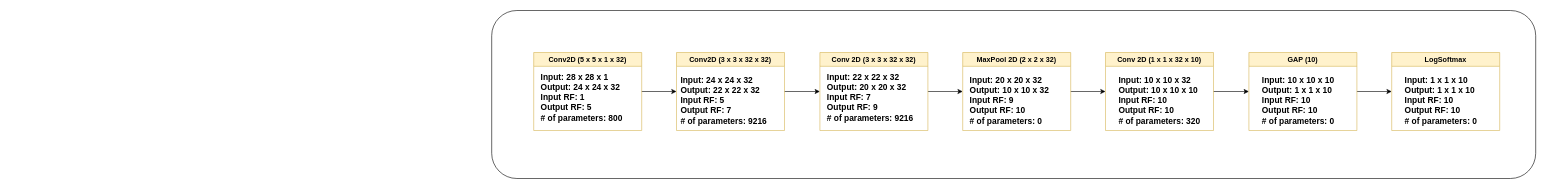
The draw.io diagram session_6/diagrams.drawio in jyanivaddi/ERA_V1, before the edit. Source tidied: cells renumbered, new cells numbered last; positions are measured from the earlier drawing's top-left corner, leaving out a move shared by most shapes. Both pictures are drawn from the tidied source at 60%, with x=0, y=0 at pixel (491, 10).
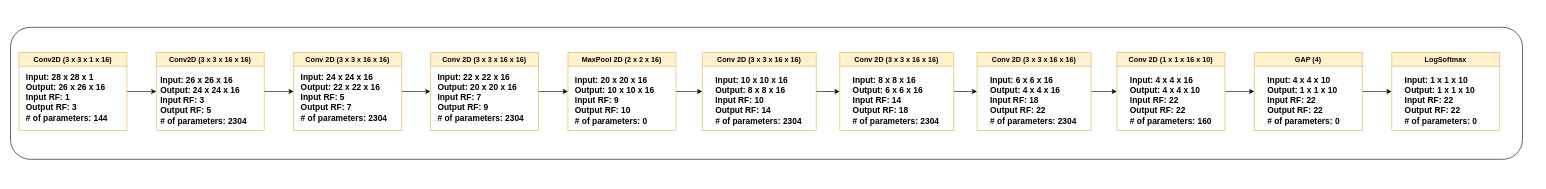
Above is the later version.

Unchanged cells that the change refers to:
```xml
<mxCell id="18" value="LogSoftmax" style="swimlane;whiteSpace=wrap;html=1;fillColor=#fff2cc;strokeColor=#d6b656;" parent="1" vertex="1">
  <mxGeometry x="1500" y="70" width="180" height="130" as="geometry" />
</mxCell>
```

What changed in the source:
```diff
@@
-    <mxCell id="2" style="rounded=1;whiteSpace=wrap;html=1;" parent="1" vertex="1">
-      <mxGeometry width="1740" height="280" as="geometry" />
-    </mxCell>
-    <mxCell id="3" style="edgeStyle=orthogonalEdgeStyle;rounded=0;jettySize=auto;html=1;exitX=1;exitY=0.5;exitDx=0;exitDy=0;entryX=0;entryY=0.5;entryDx=0;entryDy=0;" parent="1" edge="1" source="4" target="7">
-      <mxGeometry relative="1" as="geometry" />
-    </mxCell>
-    <mxCell id="4" value="Conv2D (5 x 5 x 1 x 32)" style="swimlane;whiteSpace=wrap;html=1;fillColor=#fff2cc;strokeColor=#d6b656;" parent="1" vertex="1">
-      <mxGeometry x="70" y="70" width="180" height="130" as="geometry" />
-    </mxCell>
-    <mxCell id="5" value="&lt;b style=&quot;font-size: 14px;&quot;&gt;Input: 28 x 28 x 1&lt;br&gt;Output: 24 x 24 x 32&lt;br&gt;Input RF: 1&lt;br&gt;Output RF: 5&amp;nbsp;&lt;br&gt;# of parameters: 800&lt;/b&gt;" style="text;html=1;align=left;verticalAlign=middle;strokeColor=none;fillColor=none;" parent="4" vertex="1">
-      <mxGeometry x="10" y="25" width="160" height="100" as="geometry" />
-    </mxCell>
-    <mxCell id="6" style="edgeStyle=orthogonalEdgeStyle;rounded=0;jettySize=auto;html=1;entryX=0;entryY=0.5;entryDx=0;entryDy=0;" parent="1" edge="1" source="7" target="10">
-      <mxGeometry relative="1" as="geometry" />
-    </mxCell>
-    <mxCell id="7" value="Conv2D (3 x 3 x 32 x 32)" style="swimlane;whiteSpace=wrap;html=1;fillColor=#fff2cc;strokeColor=#d6b656;" parent="1" vertex="1">
-      <mxGeometry x="308" y="70" width="180" height="130" as="geometry" />
-    </mxCell>
-    <mxCell id="8" value="&lt;b style=&quot;font-size: 14px;&quot;&gt;Input: 24 x 24 x 32&lt;br&gt;Output: 22 x 22 x 32&lt;br&gt;Input RF: 5&lt;br&gt;Output RF: 7&amp;nbsp;&lt;br&gt;# of parameters: 9216&lt;/b&gt;" style="text;html=1;align=left;verticalAlign=middle;strokeColor=none;fillColor=none;" parent="7" vertex="1">
-      <mxGeometry x="5" y="30" width="170" height="100" as="geometry" />
-    </mxCell>
-    <mxCell id="9" style="edgeStyle=orthogonalEdgeStyle;rounded=0;jettySize=auto;html=1;entryX=0;entryY=0.5;entryDx=0;entryDy=0;" parent="1" edge="1" source="10" target="13">
-      <mxGeometry relative="1" as="geometry" />
-    </mxCell>
-    <mxCell id="10" value="Conv 2D (3 x 3 x 32 x 32)" style="swimlane;whiteSpace=wrap;html=1;fillColor=#fff2cc;strokeColor=#d6b656;" parent="1" vertex="1">
-      <mxGeometry x="547" y="70" width="180" height="130" as="geometry" />
-    </mxCell>
-    <mxCell id="11" value="&lt;b style=&quot;font-size: 14px;&quot;&gt;Input: 22 x 22 x 32&lt;br&gt;Output: 20 x 20 x 32&lt;br&gt;Input RF: 7&lt;br&gt;Output RF: 9&amp;nbsp;&amp;nbsp;&lt;br&gt;# of parameters: 9216&lt;/b&gt;" style="text;html=1;align=left;verticalAlign=middle;strokeColor=none;fillColor=none;" parent="10" vertex="1">
-      <mxGeometry x="10" y="25" width="170" height="100" as="geometry" />
-    </mxCell>
-    <mxCell id="12" style="edgeStyle=orthogonalEdgeStyle;rounded=0;jettySize=auto;html=1;entryX=0;entryY=0.5;entryDx=0;entryDy=0;" parent="1" edge="1" source="13" target="16">
-      <mxGeometry relative="1" as="geometry" />
-    </mxCell>
-    <mxCell id="13" value="MaxPool 2D (2 x 2 x 32)" style="swimlane;whiteSpace=wrap;html=1;fillColor=#fff2cc;strokeColor=#d6b656;" parent="1" vertex="1">
-      <mxGeometry x="785" y="70" width="180" height="130" as="geometry" />
-    </mxCell>
-    <mxCell id="14" value="&lt;b style=&quot;font-size: 14px;&quot;&gt;Input: 20 x 20 x 32&lt;br&gt;Output: 10 x 10 x 32&lt;br&gt;Input RF: 9&lt;br&gt;Output RF: 10&amp;nbsp;&lt;br&gt;# of parameters: 0&lt;/b&gt;" style="text;html=1;align=left;verticalAlign=middle;strokeColor=none;fillColor=none;" parent="13" vertex="1">
-      <mxGeometry x="10" y="30" width="160" height="100" as="geometry" />
-    </mxCell>
-    <mxCell id="15" style="edgeStyle=orthogonalEdgeStyle;rounded=0;jettySize=auto;html=1;exitX=1;exitY=0.5;exitDx=0;exitDy=0;entryX=0;entryY=0.5;entryDx=0;entryDy=0;" parent="1" edge="1" source="16" target="21">
-      <mxGeometry relative="1" as="geometry" />
-    </mxCell>
-    <mxCell id="16" value="Conv 2D (1 x 1 x 32 x 10)" style="swimlane;whiteSpace=wrap;html=1;fillColor=#fff2cc;strokeColor=#d6b656;" parent="1" vertex="1">
-      <mxGeometry x="1023" y="70" width="180" height="130" as="geometry" />
-    </mxCell>
-    <mxCell id="17" value="&lt;b style=&quot;font-size: 14px;&quot;&gt;Input: 10 x 10 x 32&lt;br&gt;Output: 10 x 10 x 10&lt;br&gt;Input RF: 10&lt;br&gt;Output RF: 10&amp;nbsp;&lt;br&gt;# of parameters: 320&lt;/b&gt;" style="text;html=1;align=left;verticalAlign=middle;strokeColor=none;fillColor=none;" parent="16" vertex="1">
-      <mxGeometry x="20" y="30" width="160" height="100" as="geometry" />
-    </mxCell>
+    <mxCell id="23" style="rounded=1;whiteSpace=wrap;html=1;" parent="1" vertex="1">
+      <mxGeometry x="-802" y="28" width="2520" height="220" as="geometry" />
+    </mxCell>
+    <mxCell id="24" style="edgeStyle=orthogonalEdgeStyle;rounded=0;jettySize=auto;html=1;exitX=1;exitY=0.5;exitDx=0;exitDy=0;entryX=0;entryY=0.5;entryDx=0;entryDy=0;" parent="1" edge="1" source="25" target="28">
+      <mxGeometry relative="1" as="geometry" />
+    </mxCell>
+    <mxCell id="25" value="Conv2D (3 x 3 x 1 x 16)" style="swimlane;whiteSpace=wrap;html=1;fillColor=#fff2cc;strokeColor=#d6b656;" parent="1" vertex="1">
+      <mxGeometry x="-788" y="70" width="180" height="130" as="geometry" />
+    </mxCell>
+    <mxCell id="26" value="&lt;b style=&quot;font-size: 14px;&quot;&gt;Input: 28 x 28 x 1&lt;br&gt;Output: 26 x 26 x 16&lt;br&gt;Input RF: 1&lt;br&gt;Output RF: 3&amp;nbsp;&lt;br&gt;# of parameters: 144&lt;/b&gt;" style="text;html=1;align=left;verticalAlign=middle;strokeColor=none;fillColor=none;" parent="25" vertex="1">
+      <mxGeometry x="10" y="25" width="160" height="100" as="geometry" />
+    </mxCell>
+    <mxCell id="27" style="edgeStyle=orthogonalEdgeStyle;rounded=0;jettySize=auto;html=1;entryX=0;entryY=0.5;entryDx=0;entryDy=0;" parent="1" edge="1" source="28" target="31">
+      <mxGeometry relative="1" as="geometry" />
+    </mxCell>
+    <mxCell id="28" value="Conv2D (3 x 3 x 16 x 16)" style="swimlane;whiteSpace=wrap;html=1;fillColor=#fff2cc;strokeColor=#d6b656;" parent="1" vertex="1">
+      <mxGeometry x="-559" y="70" width="180" height="130" as="geometry" />
+    </mxCell>
+    <mxCell id="29" value="&lt;b style=&quot;font-size: 14px;&quot;&gt;Input: 26 x 26 x 16&lt;br&gt;Output: 24 x 24 x 16&lt;br&gt;Input RF: 3&lt;br&gt;Output RF: 5&amp;nbsp;&lt;br&gt;# of parameters: 2304&lt;/b&gt;" style="text;html=1;align=left;verticalAlign=middle;strokeColor=none;fillColor=none;" parent="28" vertex="1">
+      <mxGeometry x="5" y="30" width="170" height="100" as="geometry" />
+    </mxCell>
+    <mxCell id="30" style="edgeStyle=orthogonalEdgeStyle;rounded=0;jettySize=auto;html=1;entryX=0;entryY=0.5;entryDx=0;entryDy=0;" parent="1" edge="1" source="31" target="44">
+      <mxGeometry relative="1" as="geometry" />
+    </mxCell>
+    <mxCell id="31" value="Conv 2D (3 x 3 x 16 x 16)" style="swimlane;whiteSpace=wrap;html=1;fillColor=#fff2cc;strokeColor=#d6b656;" parent="1" vertex="1">
+      <mxGeometry x="-330" y="70" width="180" height="130" as="geometry" />
+    </mxCell>
+    <mxCell id="32" value="&lt;b style=&quot;font-size: 14px;&quot;&gt;Input: 24 x 24 x 16&lt;br&gt;Output: 22 x 22 x 16&lt;br&gt;Input RF: 5&lt;br&gt;Output RF: 7&amp;nbsp;&lt;br&gt;# of parameters: 2304&lt;/b&gt;" style="text;html=1;align=left;verticalAlign=middle;strokeColor=none;fillColor=none;" parent="31" vertex="1">
+      <mxGeometry x="10" y="25" width="170" height="100" as="geometry" />
+    </mxCell>
+    <mxCell id="33" style="edgeStyle=orthogonalEdgeStyle;rounded=0;jettySize=auto;html=1;entryX=0;entryY=0.5;entryDx=0;entryDy=0;" parent="1" edge="1" source="34" target="37">
+      <mxGeometry relative="1" as="geometry" />
+    </mxCell>
+    <mxCell id="34" value="MaxPool 2D (2 x 2 x 16)" style="swimlane;whiteSpace=wrap;html=1;fillColor=#fff2cc;strokeColor=#d6b656;" parent="1" vertex="1">
+      <mxGeometry x="127" y="70" width="180" height="130" as="geometry" />
+    </mxCell>
+    <mxCell id="35" value="&lt;b style=&quot;font-size: 14px;&quot;&gt;Input: 20 x 20 x 16&lt;br&gt;Output: 10 x 10 x 16&lt;br&gt;Input RF: 9&lt;br&gt;Output RF: 10&amp;nbsp;&lt;br&gt;# of parameters: 0&lt;/b&gt;" style="text;html=1;align=left;verticalAlign=middle;strokeColor=none;fillColor=none;" parent="34" vertex="1">
+      <mxGeometry x="10" y="30" width="160" height="100" as="geometry" />
+    </mxCell>
+    <mxCell id="36" style="edgeStyle=orthogonalEdgeStyle;rounded=0;jettySize=auto;html=1;entryX=0;entryY=0.5;entryDx=0;entryDy=0;" parent="1" edge="1" source="37" target="47">
+      <mxGeometry relative="1" as="geometry" />
+    </mxCell>
+    <mxCell id="37" value="Conv 2D (3 x 3 x 16 x 16)" style="swimlane;whiteSpace=wrap;html=1;fillColor=#fff2cc;strokeColor=#d6b656;" parent="1" vertex="1">
+      <mxGeometry x="351" y="70" width="190" height="130" as="geometry" />
+    </mxCell>
+    <mxCell id="38" value="&lt;b style=&quot;font-size: 14px;&quot;&gt;Input: 10 x 10 x 16&lt;br&gt;Output: 8 x 8 x 16&lt;br&gt;Input RF: 10&lt;br&gt;Output RF: 14&amp;nbsp;&lt;br&gt;# of parameters: 2304&lt;/b&gt;" style="text;html=1;align=left;verticalAlign=middle;strokeColor=none;fillColor=none;" parent="37" vertex="1">
+      <mxGeometry x="20" y="30" width="170" height="100" as="geometry" />
+    </mxCell>
@@
-    <mxCell id="19" value="&lt;b style=&quot;font-size: 14px;&quot;&gt;Input: 1 x 1 x 10&lt;br&gt;Output: 1 x 1 x 10&lt;br&gt;Input RF: 10&lt;br&gt;Output RF: 10&amp;nbsp;&lt;br&gt;# of parameters: 0&lt;/b&gt;" style="text;html=1;align=left;verticalAlign=middle;strokeColor=none;fillColor=none;" parent="18" vertex="1">
-      <mxGeometry x="20" y="30" width="140" height="100" as="geometry" />
-    </mxCell>
-    <mxCell id="20" style="edgeStyle=orthogonalEdgeStyle;rounded=0;jettySize=auto;html=1;exitX=1;exitY=0.5;exitDx=0;exitDy=0;entryX=0;entryY=0.5;entryDx=0;entryDy=0;" parent="1" edge="1" source="21" target="18">
-      <mxGeometry relative="1" as="geometry" />
-    </mxCell>
-    <mxCell id="21" value="GAP (10)" style="swimlane;whiteSpace=wrap;html=1;fillColor=#fff2cc;strokeColor=#d6b656;" parent="1" vertex="1">
-      <mxGeometry x="1262" y="70" width="180" height="130" as="geometry" />
-    </mxCell>
-    <mxCell id="22" value="&lt;b style=&quot;font-size: 14px;&quot;&gt;Input: 10 x 10 x 10&lt;br&gt;Output: 1 x 1 x 10&lt;br&gt;Input RF: 10&lt;br&gt;Output RF: 10&amp;nbsp;&lt;br&gt;# of parameters: 0&lt;/b&gt;" style="text;html=1;align=left;verticalAlign=middle;strokeColor=none;fillColor=none;" parent="21" vertex="1">
-      <mxGeometry x="20" y="30" width="140" height="100" as="geometry" />
-    </mxCell>
+    <mxCell id="39" value="&lt;b style=&quot;font-size: 14px;&quot;&gt;Input: 1 x 1 x 10&lt;br&gt;Output: 1 x 1 x 10&lt;br&gt;Input RF: 22&lt;br&gt;Output RF: 22&amp;nbsp;&lt;br&gt;# of parameters: 0&lt;/b&gt;" style="text;html=1;align=left;verticalAlign=middle;strokeColor=none;fillColor=none;" parent="18" vertex="1">
+      <mxGeometry x="20" y="30" width="140" height="100" as="geometry" />
+    </mxCell>
+    <mxCell id="40" style="edgeStyle=orthogonalEdgeStyle;rounded=0;jettySize=auto;html=1;exitX=1;exitY=0.5;exitDx=0;exitDy=0;entryX=0;entryY=0.5;entryDx=0;entryDy=0;" parent="1" edge="1" source="41" target="18">
+      <mxGeometry relative="1" as="geometry" />
+    </mxCell>
+    <mxCell id="41" value="GAP (4)" style="swimlane;whiteSpace=wrap;html=1;fillColor=#fff2cc;strokeColor=#d6b656;" parent="1" vertex="1">
+      <mxGeometry x="1271" y="70" width="180" height="130" as="geometry" />
+    </mxCell>
+    <mxCell id="42" value="&lt;b style=&quot;font-size: 14px;&quot;&gt;Input: 4 x 4 x 10&lt;br&gt;Output: 1 x 1 x 10&lt;br&gt;Input RF: 22&lt;br&gt;Output RF: 22&amp;nbsp;&lt;br&gt;# of parameters: 0&lt;/b&gt;" style="text;html=1;align=left;verticalAlign=middle;strokeColor=none;fillColor=none;" parent="41" vertex="1">
+      <mxGeometry x="20" y="30" width="140" height="100" as="geometry" />
+    </mxCell>
+    <mxCell id="43" style="edgeStyle=orthogonalEdgeStyle;rounded=0;jettySize=auto;html=1;entryX=0;entryY=0.5;entryDx=0;entryDy=0;" parent="1" edge="1" source="44" target="34">
+      <mxGeometry relative="1" as="geometry" />
+    </mxCell>
+    <mxCell id="44" value="Conv 2D (3 x 3 x 16 x 16)" style="swimlane;whiteSpace=wrap;html=1;fillColor=#fff2cc;strokeColor=#d6b656;" parent="1" vertex="1">
+      <mxGeometry x="-102" y="70" width="180" height="130" as="geometry" />
+    </mxCell>
+    <mxCell id="45" value="&lt;b style=&quot;font-size: 14px;&quot;&gt;Input: 22 x 22 x 16&lt;br&gt;Output: 20 x 20 x 16&lt;br&gt;Input RF: 7&lt;br&gt;Output RF: 9&amp;nbsp;&amp;nbsp;&lt;br&gt;# of parameters: 2304&lt;/b&gt;" style="text;html=1;align=left;verticalAlign=middle;strokeColor=none;fillColor=none;" parent="44" vertex="1">
+      <mxGeometry x="10" y="25" width="170" height="100" as="geometry" />
+    </mxCell>
+    <mxCell id="46" style="edgeStyle=orthogonalEdgeStyle;rounded=0;jettySize=auto;html=1;entryX=0;entryY=0.5;entryDx=0;entryDy=0;" parent="1" edge="1" source="47" target="50">
+      <mxGeometry relative="1" as="geometry" />
+    </mxCell>
+    <mxCell id="47" value="Conv 2D (3 x 3 x 16 x 16)" style="swimlane;whiteSpace=wrap;html=1;fillColor=#fff2cc;strokeColor=#d6b656;" parent="1" vertex="1">
+      <mxGeometry x="580" y="70" width="190" height="130" as="geometry" />
+    </mxCell>
+    <mxCell id="48" value="&lt;b style=&quot;font-size: 14px;&quot;&gt;Input: 8 x 8 x 16&lt;br&gt;Output: 6 x 6 x 16&lt;br&gt;Input RF: 14&lt;br&gt;Output RF: 18&amp;nbsp;&lt;br&gt;# of parameters: 2304&lt;/b&gt;" style="text;html=1;align=left;verticalAlign=middle;strokeColor=none;fillColor=none;" parent="47" vertex="1">
+      <mxGeometry x="20" y="30" width="170" height="100" as="geometry" />
+    </mxCell>
+    <mxCell id="49" style="edgeStyle=orthogonalEdgeStyle;rounded=0;jettySize=auto;html=1;entryX=0;entryY=0.5;entryDx=0;entryDy=0;" parent="1" edge="1" source="50" target="53">
+      <mxGeometry relative="1" as="geometry" />
+    </mxCell>
+    <mxCell id="50" value="Conv 2D (3 x 3 x 16 x 16)" style="swimlane;whiteSpace=wrap;html=1;fillColor=#fff2cc;strokeColor=#d6b656;" parent="1" vertex="1">
+      <mxGeometry x="809" y="70" width="190" height="130" as="geometry" />
+    </mxCell>
+    <mxCell id="51" value="&lt;b style=&quot;font-size: 14px;&quot;&gt;Input: 6 x 6 x 16&lt;br&gt;Output: 4 x 4 x 16&lt;br&gt;Input RF: 18&lt;br&gt;Output RF: 22&amp;nbsp;&lt;br&gt;# of parameters: 2304&lt;/b&gt;" style="text;html=1;align=left;verticalAlign=middle;strokeColor=none;fillColor=none;" parent="50" vertex="1">
+      <mxGeometry x="20" y="30" width="170" height="100" as="geometry" />
+    </mxCell>
+    <mxCell id="52" style="edgeStyle=orthogonalEdgeStyle;rounded=0;jettySize=auto;html=1;entryX=0;entryY=0.5;entryDx=0;entryDy=0;" parent="1" edge="1" source="53" target="41">
+      <mxGeometry relative="1" as="geometry" />
+    </mxCell>
+    <mxCell id="53" value="Conv 2D (1 x 1 x 16 x 10)" style="swimlane;whiteSpace=wrap;html=1;fillColor=#fff2cc;strokeColor=#d6b656;" parent="1" vertex="1">
+      <mxGeometry x="1042" y="70" width="180" height="130" as="geometry" />
+    </mxCell>
+    <mxCell id="54" value="&lt;b style=&quot;font-size: 14px;&quot;&gt;Input: 4 x 4 x 16&lt;br&gt;Output: 4 x 4 x 10&lt;br&gt;Input RF: 22&lt;br&gt;Output RF: 22&amp;nbsp;&lt;br&gt;# of parameters: 160&lt;/b&gt;" style="text;html=1;align=left;verticalAlign=middle;strokeColor=none;fillColor=none;" parent="53" vertex="1">
+      <mxGeometry x="20" y="30" width="160" height="100" as="geometry" />
+    </mxCell>
```
